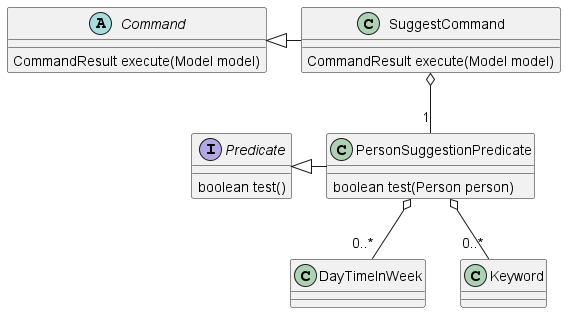
Before: docs/images/SuggestFriendClassDiagram.png, a diagram exported from PlantUML (nus-cs2103-AY2223S1/tp).
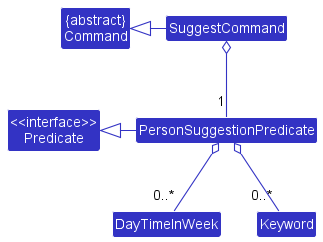
The same diagram one commit later.

What changed in the source:
```diff
@@ -1,6 +1,15 @@
 @startuml
-interface Predicate
-abstract class Command
+!include style.puml
+skinparam arrowThickness 1.1
+skinparam arrowColor LOGIC_COLOR
+skinparam classBackgroundColor LOGIC_COLOR
+
+class "<<interface>>\nPredicate" as Predicate
+class "{abstract}\nCommand" as Command
+class SuggestCommand
+class PersonSuggestionPredicate
+class DayTimeInWeek
+class Keyword
 
 Predicate <|- PersonSuggestionPredicate
 Command <|- SuggestCommand
@@ -8,11 +17,11 @@
 PersonSuggestionPredicate o-- "0..*" DayTimeInWeek
 PersonSuggestionPredicate o-- "0..*" Keyword
 
-abstract class Command {
+class Command {
     CommandResult execute(Model model)
 }
 
-interface Predicate {
+class Predicate {
     boolean test()
 }
 
```
